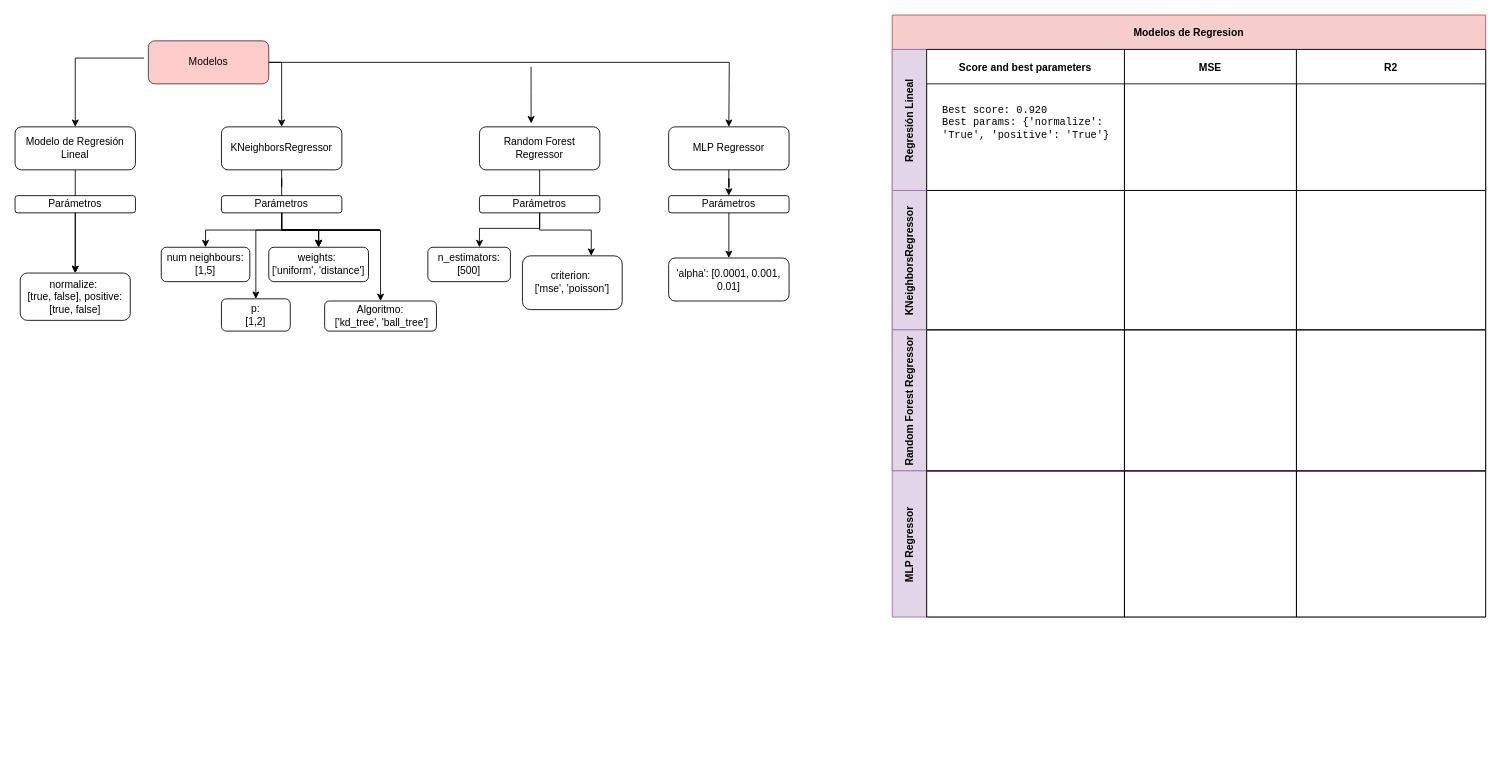
Before: Untitled Diagram.drawio in Rebeca98/Proyecto_MineriaDatos, a draw.io diagram. Source tidied: cells renumbered, new cells numbered last; positions are measured from the earlier drawing's top-left corner, leaving out a move shared by most shapes. Both pictures are drawn from the tidied source at 86%, with x=0, y=0 at pixel (15, 15).
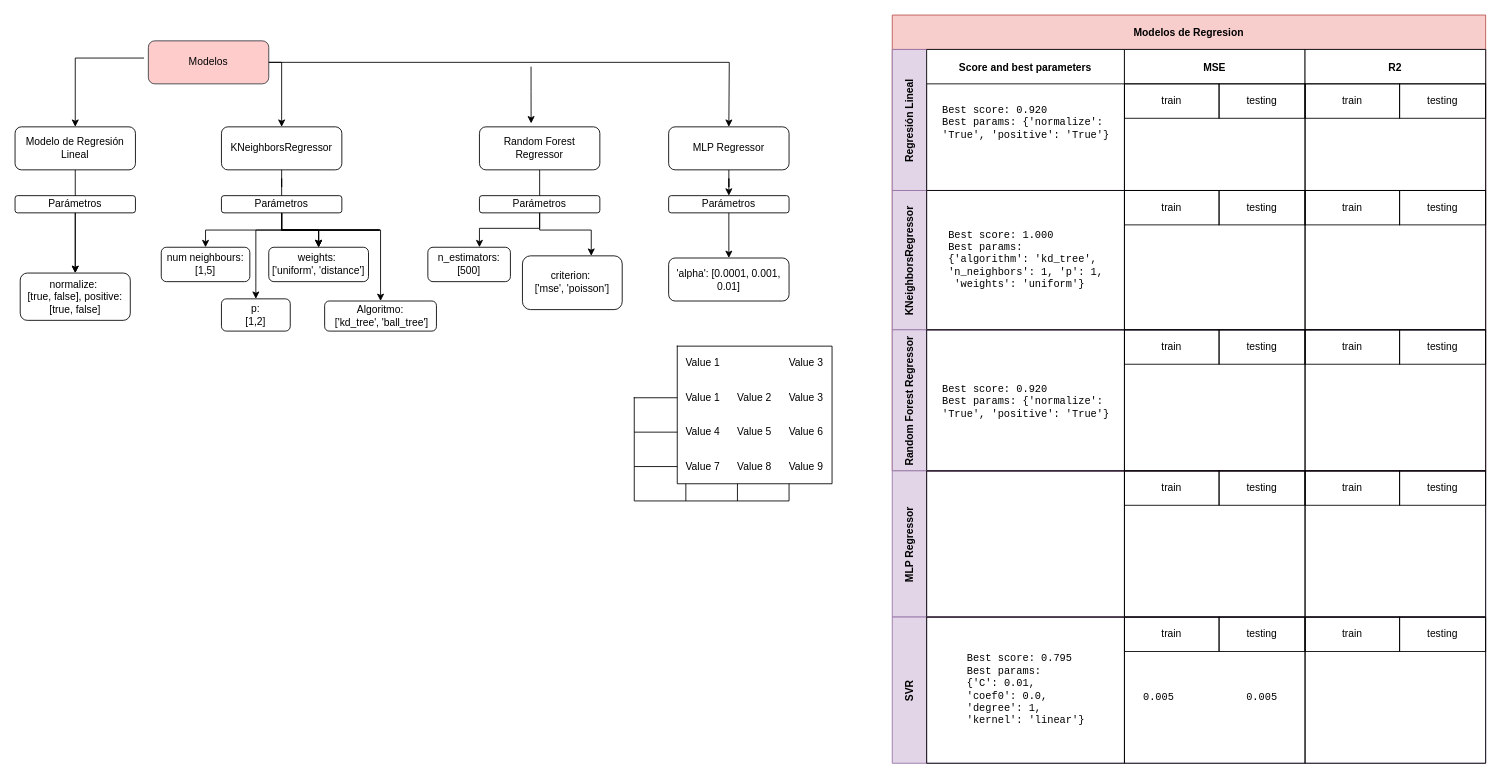
After the change.

Unchanged cells that the change refers to:
```xml
<mxCell id="37" value="Regresión Lineal" style="swimlane;horizontal=0;startSize=40;fontStyle=1;fillColor=#e1d5e7;strokeColor=#9673a6;" parent="36" vertex="1">
  <mxGeometry y="40" width="690" height="164" as="geometry" />
</mxCell>
<mxCell id="42" value="KNeighborsRegressor" style="swimlane;horizontal=0;startSize=40;fillColor=#e1d5e7;strokeColor=#9673a6;" parent="36" vertex="1">
  <mxGeometry y="204" width="690" height="162" as="geometry" />
</mxCell>
<mxCell id="43" style="swimlane;startSize=0;" parent="42" vertex="1">
  <mxGeometry x="40" width="230" height="162" as="geometry" />
</mxCell>
<mxCell id="46" value="Random Forest Regressor" style="swimlane;horizontal=0;startSize=40;fillColor=#e1d5e7;strokeColor=#9673a6;" parent="36" vertex="1">
  <mxGeometry y="366" width="690" height="164" as="geometry" />
</mxCell>
<mxCell id="47" style="swimlane;startSize=0;" parent="46" vertex="1">
  <mxGeometry x="40" width="230" height="164" as="geometry" />
</mxCell>
<mxCell id="50" value="MLP Regressor" style="swimlane;horizontal=0;startSize=40;fillColor=#e1d5e7;strokeColor=#9673a6;" parent="1" vertex="1">
  <mxGeometry x="1020" y="530" width="690" height="170" as="geometry" />
</mxCell>
```

The edit, as a diff of the source:
```diff
@@
     <mxCell id="40" value="MSE" style="swimlane;startSize=40;" parent="37" vertex="1">
-      <mxGeometry x="270" width="200" height="164" as="geometry" />
+      <mxGeometry x="270" width="210" height="164" as="geometry" />
     </mxCell>
+    <mxCell id="54" value="train" style="rounded=0;whiteSpace=wrap;html=1;shadow=0;sketch=0;strokeWidth=1;fillColor=none;" parent="40" vertex="1">
+      <mxGeometry y="40" width="110" height="40" as="geometry" />
+    </mxCell>
+    <mxCell id="55" value="testing" style="whiteSpace=wrap;html=1;rounded=0;shadow=0;strokeWidth=1;fillColor=none;sketch=0;" parent="40" vertex="1">
+      <mxGeometry x="110" y="40" width="100" height="40" as="geometry" />
+    </mxCell>
     <mxCell id="41" value="R2" style="swimlane;startSize=40;" parent="37" vertex="1">
-      <mxGeometry x="470" width="220" height="164" as="geometry" />
+      <mxGeometry x="480" width="210" height="164" as="geometry" />
     </mxCell>
+    <mxCell id="56" value="train" style="rounded=0;whiteSpace=wrap;html=1;shadow=0;sketch=0;strokeWidth=1;fillColor=none;" parent="41" vertex="1">
+      <mxGeometry y="40" width="110" height="40" as="geometry" />
+    </mxCell>
+    <mxCell id="57" value="testing" style="whiteSpace=wrap;html=1;rounded=0;shadow=0;strokeWidth=1;fillColor=none;sketch=0;" parent="41" vertex="1">
+      <mxGeometry x="110" y="40" width="100" height="40" as="geometry" />
+    </mxCell>
@@
+    <mxCell id="58" value="&lt;pre style=&quot;border: none ; margin-top: 0px ; margin-bottom: 0px ; padding: 0px ; overflow: auto ; word-break: break-all ; overflow-wrap: break-word ; text-align: left ; background-color: rgb(255 , 255 , 255)&quot;&gt;&lt;pre style=&quot;border: none ; margin-top: 0px ; margin-bottom: 0px ; padding: 0px ; overflow: auto ; word-break: break-all ; overflow-wrap: break-word&quot;&gt;Best score: 1.000&lt;br&gt;Best params: &lt;/pre&gt;&lt;pre style=&quot;border: none ; margin-top: 0px ; margin-bottom: 0px ; padding: 0px ; overflow: auto ; word-break: break-all ; overflow-wrap: break-word&quot;&gt;{'algorithm': 'kd_tree', &lt;/pre&gt;&lt;pre style=&quot;border: none ; margin-top: 0px ; margin-bottom: 0px ; padding: 0px ; overflow: auto ; word-break: break-all ; overflow-wrap: break-word&quot;&gt;'n_neighbors': 1, 'p': 1,&lt;/pre&gt;&lt;pre style=&quot;border: none ; margin-top: 0px ; margin-bottom: 0px ; padding: 0px ; overflow: auto ; word-break: break-all ; overflow-wrap: break-word&quot;&gt; 'weights': 'uniform'}&lt;/pre&gt;&lt;/pre&gt;" style="text;html=1;align=center;verticalAlign=middle;strokeColor=none;fillColor=none;" parent="43" vertex="1">
+      <mxGeometry x="15" y="41" width="200" height="80" as="geometry" />
+    </mxCell>
     <mxCell id="44" style="swimlane;startSize=0;" parent="42" vertex="1">
-      <mxGeometry x="270" width="200" height="162" as="geometry" />
+      <mxGeometry x="270" width="210" height="162" as="geometry" />
     </mxCell>
+    <mxCell id="59" value="train" style="rounded=0;whiteSpace=wrap;html=1;shadow=0;sketch=0;strokeWidth=1;fillColor=none;" parent="44" vertex="1">
+      <mxGeometry width="110" height="40" as="geometry" />
+    </mxCell>
+    <mxCell id="60" value="testing" style="whiteSpace=wrap;html=1;rounded=0;shadow=0;strokeWidth=1;fillColor=none;sketch=0;" parent="44" vertex="1">
+      <mxGeometry x="110" width="100" height="40" as="geometry" />
+    </mxCell>
     <mxCell id="45" style="swimlane;startSize=0;" parent="42" vertex="1">
-      <mxGeometry x="470" width="220" height="162" as="geometry" />
+      <mxGeometry x="480" width="210" height="162" as="geometry" />
     </mxCell>
+    <mxCell id="61" value="train" style="rounded=0;whiteSpace=wrap;html=1;shadow=0;sketch=0;strokeWidth=1;fillColor=none;" parent="45" vertex="1">
+      <mxGeometry width="110" height="40" as="geometry" />
+    </mxCell>
+    <mxCell id="62" value="testing" style="whiteSpace=wrap;html=1;rounded=0;shadow=0;strokeWidth=1;fillColor=none;sketch=0;" parent="45" vertex="1">
+      <mxGeometry x="110" width="100" height="40" as="geometry" />
+    </mxCell>
@@
+    <mxCell id="63" value="&lt;pre style=&quot;border: none ; margin-top: 0px ; margin-bottom: 0px ; padding: 0px ; overflow: auto ; word-break: break-all ; overflow-wrap: break-word ; text-align: left ; background-color: rgb(255 , 255 , 255)&quot;&gt;Best score: 0.920&lt;br&gt;Best params: {'normalize': &lt;/pre&gt;&lt;pre style=&quot;border: none ; margin-top: 0px ; margin-bottom: 0px ; padding: 0px ; overflow: auto ; word-break: break-all ; overflow-wrap: break-word ; text-align: left ; background-color: rgb(255 , 255 , 255)&quot;&gt;'True', 'positive': 'True'}&lt;/pre&gt;" style="text;html=1;align=center;verticalAlign=middle;strokeColor=none;fillColor=none;" parent="47" vertex="1">
+      <mxGeometry x="10" y="59" width="210" height="50" as="geometry" />
+    </mxCell>
     <mxCell id="48" style="swimlane;startSize=0;" parent="46" vertex="1">
-      <mxGeometry x="270" width="200" height="164" as="geometry" />
+      <mxGeometry x="270" width="210" height="164" as="geometry" />
     </mxCell>
+    <mxCell id="64" value="train" style="rounded=0;whiteSpace=wrap;html=1;shadow=0;sketch=0;strokeWidth=1;fillColor=none;" parent="48" vertex="1">
+      <mxGeometry width="110" height="40" as="geometry" />
+    </mxCell>
+    <mxCell id="65" value="testing" style="whiteSpace=wrap;html=1;rounded=0;shadow=0;strokeWidth=1;fillColor=none;sketch=0;" parent="48" vertex="1">
+      <mxGeometry x="110" width="100" height="40" as="geometry" />
+    </mxCell>
     <mxCell id="49" style="swimlane;startSize=0;" parent="46" vertex="1">
-      <mxGeometry x="470" width="220" height="164" as="geometry" />
+      <mxGeometry x="480" width="210" height="164" as="geometry" />
     </mxCell>
+    <mxCell id="66" value="train" style="rounded=0;whiteSpace=wrap;html=1;shadow=0;sketch=0;strokeWidth=1;fillColor=none;" parent="49" vertex="1">
+      <mxGeometry width="110" height="40" as="geometry" />
+    </mxCell>
+    <mxCell id="67" value="testing" style="whiteSpace=wrap;html=1;rounded=0;shadow=0;strokeWidth=1;fillColor=none;sketch=0;" parent="49" vertex="1">
+      <mxGeometry x="110" width="100" height="40" as="geometry" />
+    </mxCell>
@@
     <mxCell id="52" style="swimlane;startSize=0;" parent="50" vertex="1">
-      <mxGeometry x="270" width="200" height="170" as="geometry" />
+      <mxGeometry x="270" width="210" height="170" as="geometry" />
     </mxCell>
+    <mxCell id="68" value="train" style="rounded=0;whiteSpace=wrap;html=1;shadow=0;sketch=0;strokeWidth=1;fillColor=none;" parent="52" vertex="1">
+      <mxGeometry width="110" height="40" as="geometry" />
+    </mxCell>
+    <mxCell id="69" value="testing" style="whiteSpace=wrap;html=1;rounded=0;shadow=0;strokeWidth=1;fillColor=none;sketch=0;" parent="52" vertex="1">
+      <mxGeometry x="110" width="100" height="40" as="geometry" />
+    </mxCell>
     <mxCell id="53" style="swimlane;startSize=0;" parent="50" vertex="1">
-      <mxGeometry x="470" width="220" height="170" as="geometry" />
+      <mxGeometry x="480" width="210" height="170" as="geometry" />
     </mxCell>
+    <mxCell id="70" value="train" style="rounded=0;whiteSpace=wrap;html=1;shadow=0;sketch=0;strokeWidth=1;fillColor=none;" parent="53" vertex="1">
+      <mxGeometry width="110" height="40" as="geometry" />
+    </mxCell>
+    <mxCell id="71" value="testing" style="whiteSpace=wrap;html=1;rounded=0;shadow=0;strokeWidth=1;fillColor=none;sketch=0;" parent="53" vertex="1">
+      <mxGeometry x="110" width="100" height="40" as="geometry" />
+    </mxCell>
+    <mxCell id="72" style="shape=table;html=1;whiteSpace=wrap;startSize=0;childLayout=tableLayout;" parent="1" vertex="1">
+      <mxGeometry x="720" y="445" width="180" height="120" as="geometry" />
+    </mxCell>
+    <mxCell id="73" style="shape=partialRectangle;html=1;whiteSpace=wrap;fillColor=none;top=0;left=0;bottom=0;right=0;" parent="72" vertex="1">
+      <mxGeometry width="180" height="40" as="geometry" />
+    </mxCell>
+    <mxCell id="74" style="shape=partialRectangle;html=1;whiteSpace=wrap;fillColor=none;top=0;left=0;bottom=0;right=0;overflow=hidden;" parent="73" vertex="1">
+      <mxGeometry width="60" height="40" as="geometry" />
+    </mxCell>
+    <mxCell id="75" style="shape=partialRectangle;html=1;whiteSpace=wrap;fillColor=none;top=0;left=0;bottom=0;right=0;overflow=hidden;" parent="73" vertex="1">
+      <mxGeometry x="60" width="60" height="40" as="geometry" />
+    </mxCell>
+    <mxCell id="76" style="shape=partialRectangle;html=1;whiteSpace=wrap;fillColor=none;top=0;left=0;bottom=0;right=0;overflow=hidden;" parent="73" vertex="1">
+      <mxGeometry x="120" width="60" height="40" as="geometry" />
+    </mxCell>
+    <mxCell id="77" style="shape=partialRectangle;html=1;whiteSpace=wrap;fillColor=none;top=0;left=0;bottom=0;right=0;" parent="72" vertex="1">
+      <mxGeometry y="40" width="180" height="40" as="geometry" />
+    </mxCell>
+    <mxCell id="78" style="shape=partialRectangle;html=1;whiteSpace=wrap;fillColor=none;top=0;left=0;bottom=0;right=0;overflow=hidden;" parent="77" vertex="1">
+      <mxGeometry width="60" height="40" as="geometry" />
+    </mxCell>
+    <mxCell id="79" style="shape=partialRectangle;html=1;whiteSpace=wrap;fillColor=none;top=0;left=0;bottom=0;right=0;overflow=hidden;" parent="77" vertex="1">
+      <mxGeometry x="60" width="60" height="40" as="geometry" />
+    </mxCell>
+    <mxCell id="80" style="shape=partialRectangle;html=1;whiteSpace=wrap;fillColor=none;top=0;left=0;bottom=0;right=0;overflow=hidden;" parent="77" vertex="1">
+      <mxGeometry x="120" width="60" height="40" as="geometry" />
+    </mxCell>
+    <mxCell id="81" style="shape=partialRectangle;html=1;whiteSpace=wrap;fillColor=none;top=0;left=0;bottom=0;right=0;" parent="72" vertex="1">
+      <mxGeometry y="80" width="180" height="40" as="geometry" />
+    </mxCell>
+    <mxCell id="82" style="shape=partialRectangle;html=1;whiteSpace=wrap;fillColor=none;top=0;left=0;bottom=0;right=0;overflow=hidden;" parent="81" vertex="1">
+      <mxGeometry width="60" height="40" as="geometry" />
+    </mxCell>
+    <mxCell id="83" style="shape=partialRectangle;html=1;whiteSpace=wrap;fillColor=none;top=0;left=0;bottom=0;right=0;overflow=hidden;" parent="81" vertex="1">
+      <mxGeometry x="60" width="60" height="40" as="geometry" />
+    </mxCell>
+    <mxCell id="84" style="shape=partialRectangle;html=1;whiteSpace=wrap;fillColor=none;top=0;left=0;bottom=0;right=0;overflow=hidden;" parent="81" vertex="1">
+      <mxGeometry x="120" width="60" height="40" as="geometry" />
+    </mxCell>
+    <mxCell id="85" style="shape=table;html=1;whiteSpace=wrap;startSize=0;childLayout=tableLayout;columnLines=0;rowLines=0;" parent="1" vertex="1">
+      <mxGeometry x="770" y="385" width="180" height="160" as="geometry" />
+    </mxCell>
+    <mxCell id="86" style="shape=partialRectangle;html=1;whiteSpace=wrap;fillColor=none;top=0;left=0;bottom=0;right=0;" parent="85" vertex="1">
+      <mxGeometry width="180" height="40" as="geometry" />
+    </mxCell>
+    <mxCell id="87" value="Value 1" style="shape=partialRectangle;html=1;whiteSpace=wrap;fillColor=none;top=0;left=0;bottom=0;right=0;overflow=hidden;" parent="86" vertex="1">
+      <mxGeometry width="60" height="40" as="geometry" />
+    </mxCell>
+    <mxCell id="88" style="shape=partialRectangle;html=1;whiteSpace=wrap;fillColor=none;top=0;left=0;bottom=0;right=0;overflow=hidden;" parent="86" vertex="1">
+      <mxGeometry x="60" width="60" height="40" as="geometry" />
+    </mxCell>
+    <mxCell id="89" value="Value 3" style="shape=partialRectangle;html=1;whiteSpace=wrap;fillColor=none;top=0;left=0;bottom=0;right=0;overflow=hidden;" parent="86" vertex="1">
+      <mxGeometry x="120" width="60" height="40" as="geometry" />
+    </mxCell>
+    <mxCell id="90" style="shape=partialRectangle;html=1;whiteSpace=wrap;fillColor=none;top=0;left=0;bottom=0;right=0;" parent="85" vertex="1">
+      <mxGeometry y="40" width="180" height="40" as="geometry" />
+    </mxCell>
+    <mxCell id="91" value="Value 1" style="shape=partialRectangle;html=1;whiteSpace=wrap;fillColor=none;top=0;left=0;bottom=0;right=0;overflow=hidden;" parent="90" vertex="1">
+      <mxGeometry width="60" height="40" as="geometry" />
+    </mxCell>
+    <mxCell id="92" value="Value 2" style="shape=partialRectangle;html=1;whiteSpace=wrap;fillColor=none;top=0;left=0;bottom=0;right=0;overflow=hidden;" parent="90" vertex="1">
+      <mxGeometry x="60" width="60" height="40" as="geometry" />
+    </mxCell>
+    <mxCell id="93" value="Value 3" style="shape=partialRectangle;html=1;whiteSpace=wrap;fillColor=none;top=0;left=0;bottom=0;right=0;overflow=hidden;" parent="90" vertex="1">
+      <mxGeometry x="120" width="60" height="40" as="geometry" />
+    </mxCell>
+    <mxCell id="94" style="shape=partialRectangle;html=1;whiteSpace=wrap;fillColor=none;top=0;left=0;bottom=0;right=0;" parent="85" vertex="1">
+      <mxGeometry y="80" width="180" height="40" as="geometry" />
+    </mxCell>
+    <mxCell id="95" value="Value 4" style="shape=partialRectangle;html=1;whiteSpace=wrap;fillColor=none;top=0;left=0;bottom=0;right=0;overflow=hidden;" parent="94" vertex="1">
+      <mxGeometry width="60" height="40" as="geometry" />
+    </mxCell>
+    <mxCell id="96" value="Value 5" style="shape=partialRectangle;html=1;whiteSpace=wrap;fillColor=none;top=0;left=0;bottom=0;right=0;overflow=hidden;" parent="94" vertex="1">
+      <mxGeometry x="60" width="60" height="40" as="geometry" />
+    </mxCell>
+    <mxCell id="97" value="Value 6" style="shape=partialRectangle;html=1;whiteSpace=wrap;fillColor=none;top=0;left=0;bottom=0;right=0;overflow=hidden;" parent="94" vertex="1">
+      <mxGeometry x="120" width="60" height="40" as="geometry" />
+    </mxCell>
+    <mxCell id="98" style="shape=partialRectangle;html=1;whiteSpace=wrap;fillColor=none;top=0;left=0;bottom=0;right=0;" parent="85" vertex="1">
+      <mxGeometry y="120" width="180" height="40" as="geometry" />
+    </mxCell>
+    <mxCell id="99" value="Value 7" style="shape=partialRectangle;html=1;whiteSpace=wrap;fillColor=none;top=0;left=0;bottom=0;right=0;overflow=hidden;" parent="98" vertex="1">
+      <mxGeometry width="60" height="40" as="geometry" />
+    </mxCell>
+    <mxCell id="100" value="Value 8" style="shape=partialRectangle;html=1;whiteSpace=wrap;fillColor=none;top=0;left=0;bottom=0;right=0;overflow=hidden;" parent="98" vertex="1">
+      <mxGeometry x="60" width="60" height="40" as="geometry" />
+    </mxCell>
+    <mxCell id="101" value="Value 9" style="shape=partialRectangle;html=1;whiteSpace=wrap;fillColor=none;top=0;left=0;bottom=0;right=0;overflow=hidden;" parent="98" vertex="1">
+      <mxGeometry x="120" width="60" height="40" as="geometry" />
+    </mxCell>
+    <mxCell id="102" value="SVR" style="swimlane;horizontal=0;startSize=40;fillColor=#e1d5e7;strokeColor=#9673a6;" parent="1" vertex="1">
+      <mxGeometry x="1020" y="700" width="690" height="170" as="geometry" />
+    </mxCell>
+    <mxCell id="103" style="swimlane;startSize=0;" parent="102" vertex="1">
+      <mxGeometry x="40" width="230" height="170" as="geometry" />
+    </mxCell>
+    <mxCell id="104" value="&lt;pre style=&quot;border: none ; margin-top: 0px ; margin-bottom: 0px ; padding: 0px ; overflow: auto ; word-break: break-all ; overflow-wrap: break-word ; text-align: left ; background-color: rgb(255 , 255 , 255)&quot;&gt;&lt;pre style=&quot;border: none ; margin-top: 0px ; margin-bottom: 0px ; padding: 0px ; overflow: auto ; word-break: break-all ; overflow-wrap: break-word&quot;&gt;Best score: 0.795&lt;br/&gt;Best params: &lt;/pre&gt;&lt;pre style=&quot;border: none ; margin-top: 0px ; margin-bottom: 0px ; padding: 0px ; overflow: auto ; word-break: break-all ; overflow-wrap: break-word&quot;&gt;{'C': 0.01, &lt;/pre&gt;&lt;pre style=&quot;border: none ; margin-top: 0px ; margin-bottom: 0px ; padding: 0px ; overflow: auto ; word-break: break-all ; overflow-wrap: break-word&quot;&gt;'coef0': 0.0, &lt;/pre&gt;&lt;pre style=&quot;border: none ; margin-top: 0px ; margin-bottom: 0px ; padding: 0px ; overflow: auto ; word-break: break-all ; overflow-wrap: break-word&quot;&gt;'degree': 1,&lt;/pre&gt;&lt;pre style=&quot;border: none ; margin-top: 0px ; margin-bottom: 0px ; padding: 0px ; overflow: auto ; word-break: break-all ; overflow-wrap: break-word&quot;&gt;'kernel': 'linear'}&lt;/pre&gt;&lt;/pre&gt;" style="text;html=1;align=center;verticalAlign=middle;strokeColor=none;fillColor=none;" parent="103" vertex="1">
+      <mxGeometry x="40" y="40" width="150" height="90" as="geometry" />
+    </mxCell>
+    <mxCell id="105" style="swimlane;startSize=0;" parent="102" vertex="1">
+      <mxGeometry x="270" width="210" height="170" as="geometry" />
+    </mxCell>
+    <mxCell id="106" value="train" style="rounded=0;whiteSpace=wrap;html=1;shadow=0;sketch=0;strokeWidth=1;fillColor=none;" parent="105" vertex="1">
+      <mxGeometry width="110" height="40" as="geometry" />
+    </mxCell>
+    <mxCell id="107" value="testing" style="whiteSpace=wrap;html=1;rounded=0;shadow=0;strokeWidth=1;fillColor=none;sketch=0;" parent="105" vertex="1">
+      <mxGeometry x="110" width="100" height="40" as="geometry" />
+    </mxCell>
+    <mxCell id="108" value="&lt;pre style=&quot;border: none; margin: 0px; padding: 0px; overflow: auto; word-break: break-all; overflow-wrap: break-word; font-style: normal; font-weight: 400; letter-spacing: normal; text-align: left; text-indent: 0px; text-transform: none; word-spacing: 0px; background-color: rgb(255, 255, 255);&quot;&gt;0.005&lt;/pre&gt;" style="text;whiteSpace=wrap;html=1;" parent="105" vertex="1">
+      <mxGeometry x="20" y="80" width="60" height="30" as="geometry" />
+    </mxCell>
+    <mxCell id="109" value="&lt;pre style=&quot;border: none; margin: 0px; padding: 0px; overflow: auto; word-break: break-all; overflow-wrap: break-word; font-style: normal; font-weight: 400; letter-spacing: normal; text-align: left; text-indent: 0px; text-transform: none; word-spacing: 0px; background-color: rgb(255, 255, 255);&quot;&gt;0.005&lt;/pre&gt;" style="text;whiteSpace=wrap;html=1;" parent="105" vertex="1">
+      <mxGeometry x="140" y="80" width="60" height="30" as="geometry" />
+    </mxCell>
+    <mxCell id="110" style="swimlane;startSize=0;" parent="102" vertex="1">
+      <mxGeometry x="480" width="210" height="170" as="geometry" />
+    </mxCell>
+    <mxCell id="111" value="train" style="rounded=0;whiteSpace=wrap;html=1;shadow=0;sketch=0;strokeWidth=1;fillColor=none;" parent="110" vertex="1">
+      <mxGeometry width="110" height="40" as="geometry" />
+    </mxCell>
+    <mxCell id="112" value="testing" style="whiteSpace=wrap;html=1;rounded=0;shadow=0;strokeWidth=1;fillColor=none;sketch=0;" parent="110" vertex="1">
+      <mxGeometry x="110" width="100" height="40" as="geometry" />
+    </mxCell>
```
